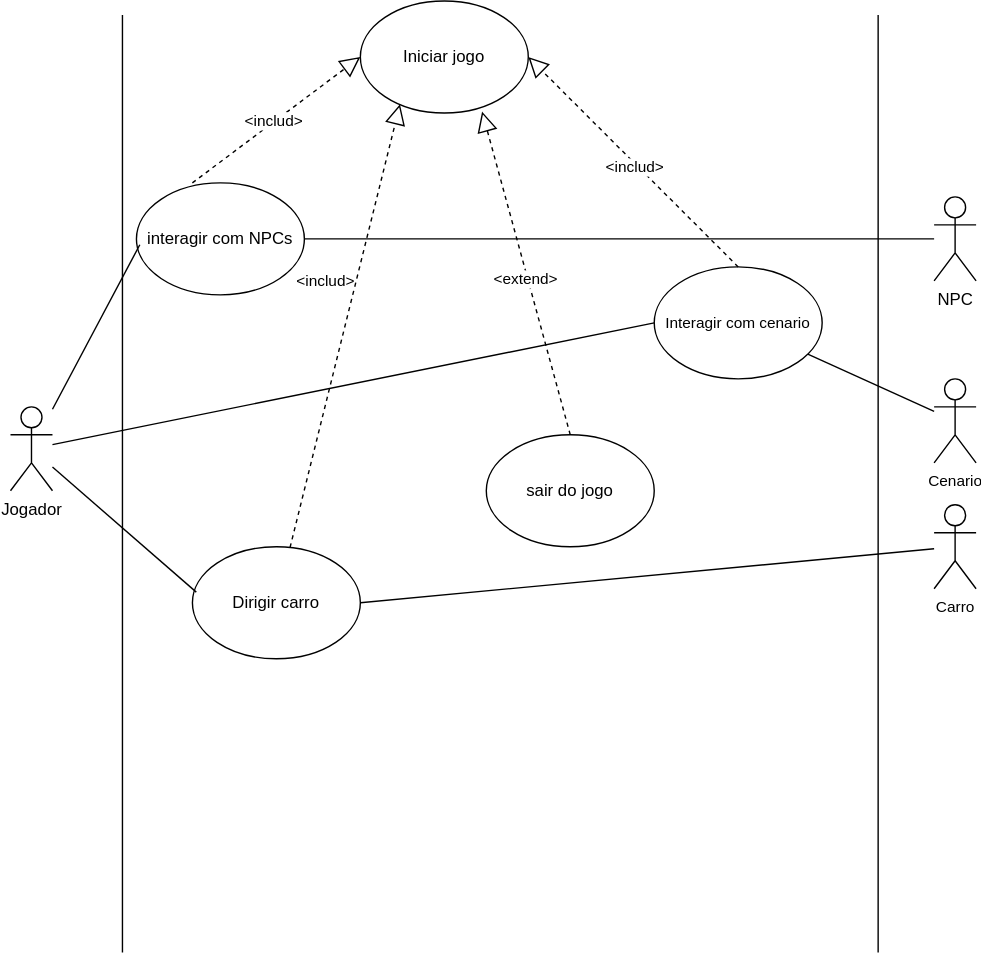
lucasnoelgb/2jdprojetomusica keeps this draw.io diagram as diagramas/Diagrama caso de uso Unity.drawio.svg. Above is the earlier version. Source tidied: cells renumbered, new cells last; positions are measured from the earlier drawing's top-left corner, leaving out a move shared by most shapes.
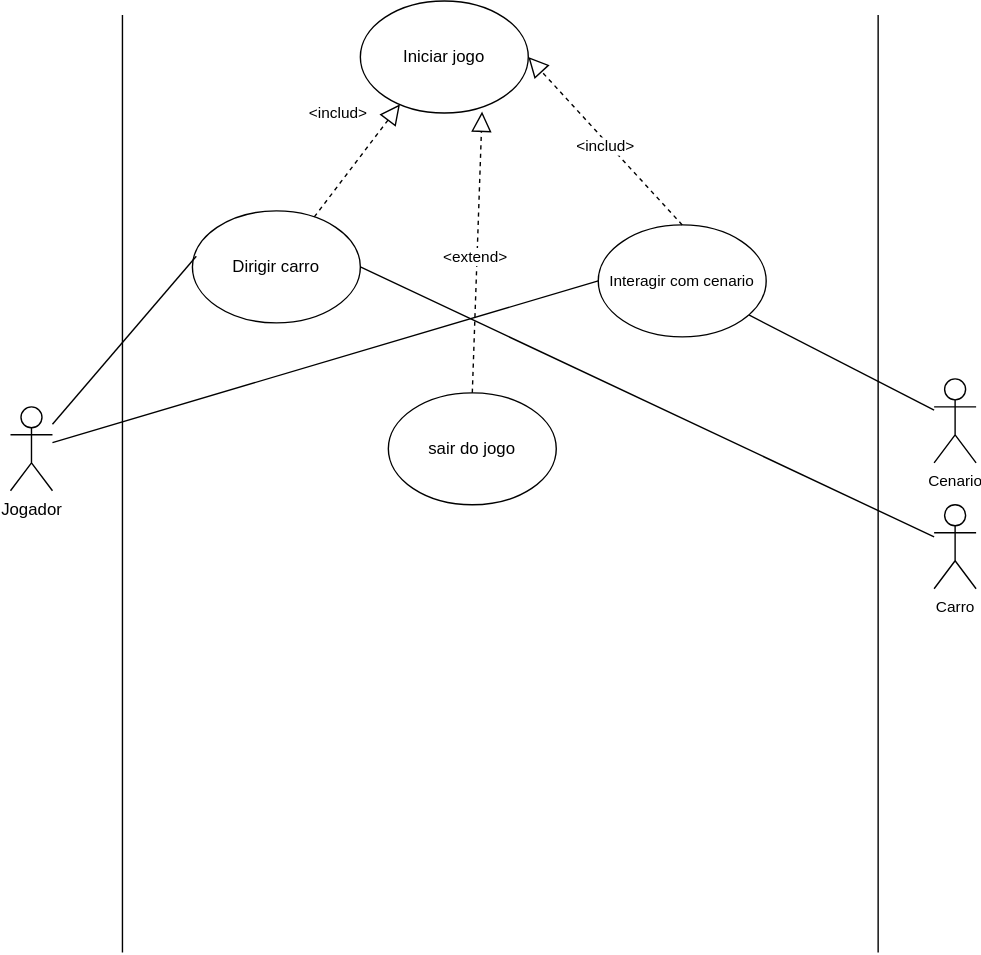
Above is the later version.

Commit message:
tirando ator NPC

Change to the diagram source:
```diff
@@ -5,9 +5,6 @@
     <mxCell id="2" value="Jogador&lt;br&gt;" style="shape=umlActor;verticalLabelPosition=bottom;verticalAlign=top;html=1;outlineConnect=0;" parent="1" vertex="1">
       <mxGeometry y="290" width="30" height="60" as="geometry" />
     </mxCell>
-    <mxCell id="3" value="NPC&lt;br&gt;" style="shape=umlActor;verticalLabelPosition=bottom;verticalAlign=top;html=1;outlineConnect=0;" parent="1" vertex="1">
-      <mxGeometry x="660" y="140" width="30" height="60" as="geometry" />
-    </mxCell>
     <mxCell id="4" style="endArrow=none;html=1;rounded=0;" parent="1" edge="1">
       <mxGeometry relative="1" as="geometry">
         <mxPoint x="80" y="680" as="sourcePoint" />
@@ -24,19 +21,8 @@
       <mxGeometry x="250" width="120" height="80" as="geometry" />
     </mxCell>
     <mxCell id="7" value="sair do jogo" style="ellipse;whiteSpace=wrap;html=1;" parent="1" vertex="1">
-      <mxGeometry x="340" y="310" width="120" height="80" as="geometry" />
+      <mxGeometry x="270" y="280" width="120" height="80" as="geometry" />
     </mxCell>
-    <mxCell id="8" value="interagir com NPCs" style="ellipse;whiteSpace=wrap;html=1;" parent="1" vertex="1">
-      <mxGeometry x="90" y="130" width="120" height="80" as="geometry" />
-    </mxCell>
-    <mxCell id="9" style="endArrow=block;dashed=1;endFill=0;endSize=12;html=1;rounded=0;entryX=0;entryY=0.5;entryDx=0;entryDy=0;exitX=0.333;exitY=0;exitDx=0;exitDy=0;exitPerimeter=0;" parent="1" edge="1" source="8" target="6">
-      <mxGeometry relative="1" as="geometry" />
-    </mxCell>
-    <mxCell id="10" value="&amp;lt;includ&amp;gt;&lt;br&gt;" style="edgeLabel;html=1;align=center;verticalAlign=middle;" parent="9" vertex="1">
-      <mxGeometry x="-0.02" y="2" relative="1" as="geometry">
-        <mxPoint y="1" as="offset" />
-      </mxGeometry>
-    </mxCell>
     <mxCell id="11" style="endArrow=block;dashed=1;endFill=0;endSize=12;html=1;rounded=0;entryX=0.725;entryY=0.988;entryDx=0;entryDy=0;exitX=0.5;exitY=0;exitDx=0;exitDy=0;entryPerimeter=0;" parent="1" edge="1" source="7" target="6">
       <mxGeometry relative="1" as="geometry" />
     </mxCell>
@@ -46,14 +32,8 @@
       </mxGeometry>
     </mxCell>
     <mxCell id="13" value="Dirigir carro" style="ellipse;whiteSpace=wrap;html=1;" parent="1" vertex="1">
-      <mxGeometry x="130" y="390" width="120" height="80" as="geometry" />
+      <mxGeometry x="130" y="150" width="120" height="80" as="geometry" />
     </mxCell>
-    <mxCell id="14" style="endArrow=none;html=1;rounded=0;exitX=1;exitY=0.5;exitDx=0;exitDy=0;" parent="1" edge="1" source="8" target="3">
-      <mxGeometry relative="1" as="geometry" />
-    </mxCell>
-    <mxCell id="15" style="endArrow=none;html=1;rounded=0;entryX=0.02;entryY=0.552;entryDx=0;entryDy=0;entryPerimeter=0;" parent="1" edge="1" source="2" target="8">
-      <mxGeometry relative="1" as="geometry" />
-    </mxCell>
     <mxCell id="16" style="endArrow=none;html=1;rounded=0;entryX=0.023;entryY=0.405;entryDx=0;entryDy=0;entryPerimeter=0;" parent="1" edge="1" source="2" target="13">
       <mxGeometry relative="1" as="geometry" />
     </mxCell>
@@ -72,7 +52,7 @@
       <mxGeometry relative="1" as="geometry" />
     </mxCell>
     <mxCell id="21" value="Interagir com cenario" style="ellipse;whiteSpace=wrap;html=1;fontFamily=Helvetica;fontSize=11;fontColor=default;" parent="1" vertex="1">
-      <mxGeometry x="460" y="190" width="120" height="80" as="geometry" />
+      <mxGeometry x="420" y="160" width="120" height="80" as="geometry" />
     </mxCell>
     <mxCell id="22" style="endArrow=none;html=1;rounded=0;entryX=0;entryY=0.5;entryDx=0;entryDy=0;" parent="1" edge="1" source="2" target="21">
       <mxGeometry relative="1" as="geometry" />
```
